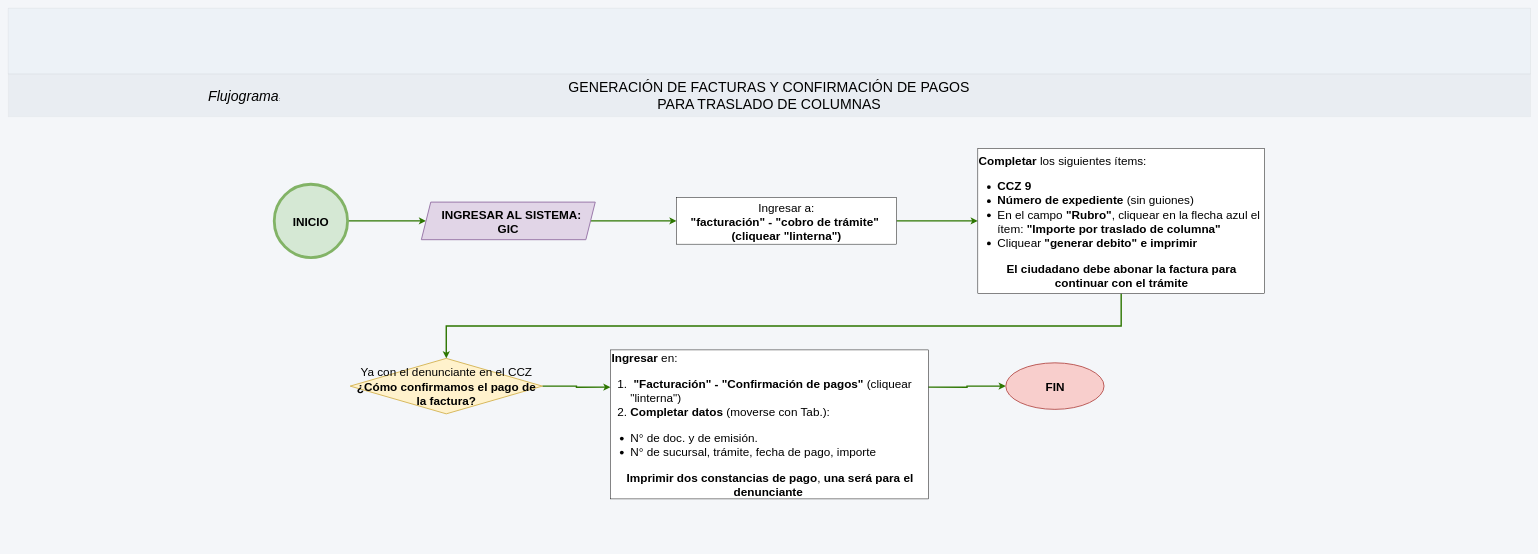
Above: page "Factura por traslado" (5 of 5) of Traslado_de_columnas/Traslado de columnas.drawio in adlc20/Manual_de_procedimientos_ccz9 (draw.io), before the change. Source tidied: cells renumbered, new cells numbered last; positions are measured from the earlier drawing's top-left corner, leaving out a move shared by most shapes. Both pictures are drawn from the tidied source at 47%, with x=0, y=0 at pixel (8, 8).
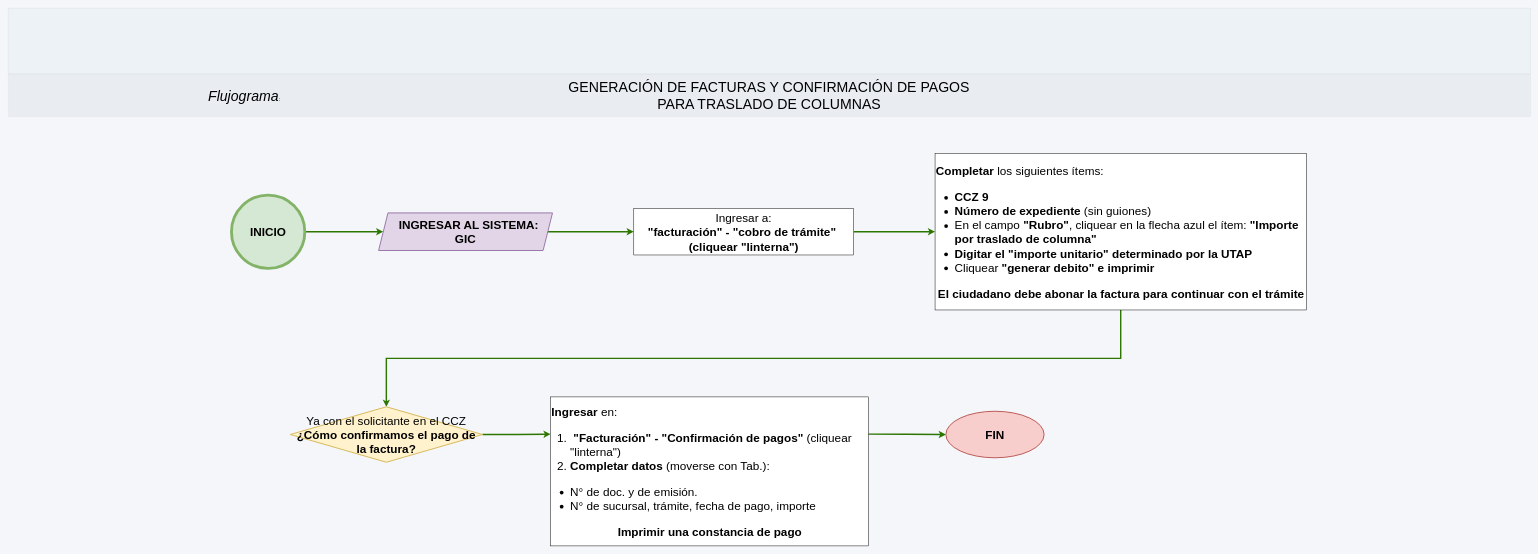
Above is the later version.

The edit, as a diff of the source:
```diff
@@
 <mxGraphModel background="light-dark(#F4F6F9,#121212)">
   <root>
     <mxCell id="0" />
     <mxCell id="1" parent="0" />
     <mxCell id="2" style="verticalLabelPosition=bottom;verticalAlign=middle;html=1;shape=mxgraph.basic.patternFillRect;step=5;fillStrokeWidth=0.2;fillStrokeColor=#dddddd;fillColor=#EDF2F7;strokeWidth=0;dashed=1;dashPattern=1 4;rounded=1;align=center;fontFamily=Helvetica;fontSize=12;fontColor=#2D3748;" parent="1" vertex="1">
       <mxGeometry width="3239" height="140" as="geometry" />
     </mxCell>
     <mxCell id="3" style="verticalLabelPosition=bottom;verticalAlign=top;html=1;shape=mxgraph.basic.patternFillRect;fillStyle=auto;step=5;fillStrokeWidth=0.2;fillStrokeColor=#dddddd;fillColor=#E0E5EB;strokeWidth=0;strokeColor=default;opacity=50;fontColor=#ffffff;shadow=0;comic=0;align=center;fontFamily=Helvetica;fontSize=12;gradientColor=none;" parent="1" vertex="1">
       <mxGeometry y="140" width="3239" height="91" as="geometry" />
     </mxCell>
     <mxCell id="4" value="&lt;span style=&quot;font-size: 30px;&quot;&gt;GENERACIÓN DE FACTURAS Y CONFIRMACIÓN DE PAGOS PARA TRASLADO DE COLUMNAS&lt;/span&gt;" style="text;html=1;whiteSpace=wrap;strokeColor=none;fillColor=none;align=center;verticalAlign=middle;rounded=0;" parent="1" vertex="1">
       <mxGeometry x="1184" y="155.5" width="870" height="60" as="geometry" />
     </mxCell>
     <mxCell id="5" value="&lt;font style=&quot;font-size: 30px;&quot;&gt;&lt;i&gt;Flujograma&lt;/i&gt;&lt;/font&gt;:&amp;nbsp;" style="text;html=1;whiteSpace=wrap;strokeColor=none;fillColor=none;align=center;verticalAlign=middle;rounded=0;" parent="1" vertex="1">
       <mxGeometry x="324" y="170.5" width="360" height="30" as="geometry" />
     </mxCell>
     <mxCell id="6" style="edgeStyle=orthogonalEdgeStyle;rounded=0;jettySize=auto;html=1;exitX=1;exitY=0.5;exitDx=0;exitDy=0;fillColor=#60a917;strokeColor=#2D7600;strokeWidth=3;fontSize=25;" parent="1" edge="1" source="7" target="9">
       <mxGeometry relative="1" as="geometry" />
     </mxCell>
     <mxCell id="7" value="&lt;font&gt;INICIO&lt;/font&gt;" style="ellipse;whiteSpace=wrap;html=1;fillColor=#D5E8D4;strokeWidth=6;strokeColor=#82B366;fontStyle=1;fontSize=25;" parent="1" vertex="1">
-      <mxGeometry x="566" y="374.5" width="156" height="156" as="geometry" />
+      <mxGeometry x="475" y="397.5" width="156" height="156" as="geometry" />
     </mxCell>
     <mxCell id="8" style="edgeStyle=orthogonalEdgeStyle;rounded=0;jettySize=auto;html=1;exitX=1;exitY=0.5;exitDx=0;exitDy=0;fillColor=#60a917;strokeColor=#2D7600;strokeWidth=3;entryX=0;entryY=0.5;entryDx=0;entryDy=0;fontSize=25;" parent="1" edge="1" source="9" target="11">
       <mxGeometry relative="1" as="geometry" />
     </mxCell>
     <mxCell id="9" value="&lt;font&gt;&lt;b&gt;&amp;nbsp; &amp;nbsp;INGRESAR AL SISTEMA:&amp;nbsp;&lt;/b&gt;&lt;/font&gt;&lt;div&gt;&lt;font&gt;&lt;b&gt;GIC&lt;/b&gt;&lt;/font&gt;&lt;/div&gt;" style="shape=parallelogram;perimeter=parallelogramPerimeter;whiteSpace=wrap;html=1;fixedSize=1;fillColor=#e1d5e7;strokeColor=#9673a6;strokeWidth=2;fontSize=25;" parent="1" vertex="1">
-      <mxGeometry x="879" y="412.5" width="370" height="80" as="geometry" />
+      <mxGeometry x="788" y="435.5" width="370" height="80" as="geometry" />
     </mxCell>
     <mxCell id="10" style="edgeStyle=orthogonalEdgeStyle;rounded=0;jettySize=auto;html=1;exitX=1;exitY=0.5;exitDx=0;exitDy=0;fillColor=#60a917;strokeColor=#2D7600;strokeWidth=3;fontSize=25;" parent="1" edge="1" source="11" target="13">
       <mxGeometry relative="1" as="geometry" />
     </mxCell>
     <mxCell id="11" value="&lt;font&gt;Ingresar a:&lt;/font&gt;&lt;div&gt;&lt;font&gt;&lt;b&gt; &quot;facturación&quot; -&lt;/b&gt; &lt;b&gt;&quot;cobro de trámite&quot;&lt;/b&gt;&amp;nbsp;&lt;/font&gt;&lt;/div&gt;&lt;div&gt;&lt;font&gt;&lt;b&gt;(cliquear &quot;linterna&quot;)&lt;/b&gt;&lt;/font&gt;&lt;/div&gt;" style="rounded=0;whiteSpace=wrap;html=1;fontSize=25;" parent="1" vertex="1">
-      <mxGeometry x="1422" y="403" width="468" height="99" as="geometry" />
+      <mxGeometry x="1331" y="426" width="468" height="99" as="geometry" />
     </mxCell>
     <mxCell id="12" style="edgeStyle=orthogonalEdgeStyle;rounded=0;jettySize=auto;html=1;exitX=0.5;exitY=1;exitDx=0;exitDy=0;entryX=0.5;entryY=0;entryDx=0;entryDy=0;fillColor=#60a917;strokeColor=#2D7600;strokeWidth=3;fontSize=25;" parent="1" edge="1" source="13" target="15">
       <mxGeometry relative="1" as="geometry" />
     </mxCell>
-    <mxCell id="13" value="&lt;font&gt;&lt;b&gt;Completar&lt;/b&gt; los siguientes ítems:&lt;/font&gt;&lt;div&gt;&lt;ul&gt;&lt;li&gt;&lt;font&gt;&lt;b&gt;CCZ 9&amp;nbsp;&lt;/b&gt;&lt;/font&gt;&lt;/li&gt;&lt;li&gt;&lt;font&gt;&lt;b&gt;Número de expediente &lt;/b&gt;(sin guiones)&lt;/font&gt;&lt;/li&gt;&lt;li&gt;&lt;font&gt;En el campo&lt;b&gt; &quot;Rubro&quot;&lt;/b&gt;, cliquear en la flecha azul el ítem: &lt;b&gt;&quot;Importe por traslado de columna&quot;&lt;/b&gt;&amp;nbsp;&lt;/font&gt;&lt;/li&gt;&lt;li&gt;&lt;font&gt;Cliquear&lt;b&gt; &quot;generar debito&quot; e imprimir&lt;/b&gt;&lt;/font&gt;&lt;/li&gt;&lt;/ul&gt;&lt;span&gt;&lt;div style=&quot;text-align: center;&quot;&gt;&lt;b style=&quot;background-color: transparent; color: light-dark(rgb(0, 0, 0), rgb(255, 255, 255));&quot;&gt;El ciudadano debe abonar la factura para continuar con el trámite&lt;/b&gt;&lt;/div&gt;&lt;/span&gt;&lt;/div&gt;" style="rounded=0;whiteSpace=wrap;html=1;align=left;fontSize=25;" parent="1" vertex="1">
-      <mxGeometry x="2063" y="298" width="610" height="309" as="geometry" />
+    <mxCell id="13" value="&lt;font&gt;&lt;b&gt;Completar&lt;/b&gt; los siguientes ítems:&lt;/font&gt;&lt;div&gt;&lt;ul&gt;&lt;li&gt;&lt;font&gt;&lt;b&gt;CCZ 9&amp;nbsp;&lt;/b&gt;&lt;/font&gt;&lt;/li&gt;&lt;li&gt;&lt;font&gt;&lt;b&gt;Número de expediente &lt;/b&gt;(sin guiones)&lt;/font&gt;&lt;/li&gt;&lt;li&gt;&lt;font&gt;En el campo&lt;b&gt; &quot;Rubro&quot;&lt;/b&gt;, cliquear en la flecha azul el ítem: &lt;b&gt;&quot;Importe por traslado de columna&quot;&lt;/b&gt;&amp;nbsp;&lt;/font&gt;&lt;/li&gt;&lt;li&gt;&lt;font&gt;&lt;b&gt;Digitar el &quot;importe unitario&quot;&lt;/b&gt; &lt;b&gt;determinado por la UTAP&lt;/b&gt;&lt;/font&gt;&lt;/li&gt;&lt;li&gt;&lt;font&gt;Cliquear&lt;b&gt; &quot;generar debito&quot; e imprimir&lt;/b&gt;&lt;/font&gt;&lt;/li&gt;&lt;/ul&gt;&lt;span&gt;&lt;div style=&quot;text-align: center;&quot;&gt;&lt;b style=&quot;background-color: transparent; color: light-dark(rgb(0, 0, 0), rgb(255, 255, 255));&quot;&gt;El ciudadano debe abonar la factura para continuar con el trámite&lt;/b&gt;&lt;/div&gt;&lt;/span&gt;&lt;/div&gt;" style="rounded=0;whiteSpace=wrap;html=1;align=left;fontSize=25;" parent="1" vertex="1">
+      <mxGeometry x="1972" y="309" width="790" height="333" as="geometry" />
     </mxCell>
     <mxCell id="14" style="edgeStyle=orthogonalEdgeStyle;rounded=0;jettySize=auto;html=1;exitX=1;exitY=0.5;exitDx=0;exitDy=0;entryX=0;entryY=0.25;entryDx=0;entryDy=0;fillColor=#60a917;strokeColor=#2D7600;strokeWidth=3;fontSize=25;" parent="1" edge="1" source="15" target="17">
       <mxGeometry relative="1" as="geometry" />
     </mxCell>
-    <mxCell id="15" value="&lt;span&gt;Ya con el denunciante en el CCZ&lt;/span&gt;&lt;div&gt;&lt;span&gt;&lt;b&gt;¿Cómo confirmamos el pago de la factura?&lt;/b&gt;&lt;/span&gt;&lt;/div&gt;" style="rhombus;whiteSpace=wrap;html=1;fillColor=#fff2cc;strokeColor=#d6b656;strokeWidth=2;fontSize=25;" parent="1" vertex="1">
-      <mxGeometry x="727.5" y="745" width="409" height="118" as="geometry" />
+    <mxCell id="15" value="&lt;span&gt;Ya con el solicitante en el CCZ&lt;/span&gt;&lt;div&gt;&lt;span&gt;&lt;b&gt;¿Cómo confirmamos el pago de la factura?&lt;/b&gt;&lt;/span&gt;&lt;/div&gt;" style="rhombus;whiteSpace=wrap;html=1;fillColor=#fff2cc;strokeColor=#d6b656;strokeWidth=2;fontSize=25;" parent="1" vertex="1">
+      <mxGeometry x="600" y="848" width="409" height="118" as="geometry" />
     </mxCell>
     <mxCell id="16" style="edgeStyle=orthogonalEdgeStyle;rounded=0;jettySize=auto;html=1;exitX=1;exitY=0.25;exitDx=0;exitDy=0;entryX=0;entryY=0.5;entryDx=0;entryDy=0;fillColor=#60a917;strokeColor=#2D7600;strokeWidth=3;fontSize=25;" parent="1" edge="1" source="17" target="18">
       <mxGeometry relative="1" as="geometry" />
     </mxCell>
-    <mxCell id="17" value="&lt;span&gt;&lt;b&gt;Ingresar&lt;/b&gt; en:&lt;/span&gt;&lt;div&gt;&lt;ol&gt;&lt;li&gt;&lt;span&gt;&lt;b&gt;&amp;nbsp;&quot;Facturación&quot; - &quot;Confirmación de pagos&quot;&lt;/b&gt; (cliquear &quot;linterna&quot;)&lt;/span&gt;&lt;/li&gt;&lt;li&gt;&lt;span&gt;&lt;font style=&quot;color: rgb(0, 0, 0);&quot;&gt;&lt;b&gt;Completar datos&lt;/b&gt; (moverse con Tab.):&amp;nbsp;&lt;/font&gt;&lt;font style=&quot;color: rgb(255, 0, 0);&quot;&gt;&amp;nbsp;&lt;/font&gt;&lt;/span&gt;&lt;/li&gt;&lt;/ol&gt;&lt;ul&gt;&lt;li&gt;&lt;span style=&quot;color: light-dark(rgb(0, 0, 0), rgb(237, 237, 237)); background-color: transparent;&quot;&gt;N° de doc. y de emisión.&lt;/span&gt;&lt;/li&gt;&lt;li&gt;&lt;span style=&quot;color: light-dark(rgb(0, 0, 0), rgb(237, 237, 237)); background-color: transparent;&quot;&gt;N° de sucursal, trámite, fecha de pago, importe&amp;nbsp;&lt;/span&gt;&lt;/li&gt;&lt;/ul&gt;&lt;b style=&quot;background-color: transparent; color: light-dark(rgb(0, 0, 0), rgb(255, 255, 255));&quot;&gt;&lt;div style=&quot;text-align: center;&quot;&gt;&lt;b style=&quot;background-color: transparent; color: light-dark(rgb(0, 0, 0), rgb(255, 255, 255));&quot;&gt;Imprimir dos constancias de pago&lt;/b&gt;&lt;span style=&quot;background-color: transparent; color: light-dark(rgb(0, 0, 0), rgb(255, 255, 255)); font-weight: normal;&quot;&gt;, &lt;/span&gt;&lt;b style=&quot;background-color: transparent; color: light-dark(rgb(0, 0, 0), rgb(255, 255, 255));&quot;&gt;una será para el denunciante&lt;/b&gt;&lt;span style=&quot;background-color: transparent; color: light-dark(rgb(0, 0, 0), rgb(255, 255, 255)); font-weight: normal;&quot;&gt;&amp;nbsp;&lt;/span&gt;&lt;/div&gt;&lt;/b&gt;&lt;/div&gt;" style="rounded=0;whiteSpace=wrap;html=1;align=left;fontSize=25;" parent="1" vertex="1">
-      <mxGeometry x="1281.5" y="727" width="676" height="317" as="geometry" />
+    <mxCell id="17" value="&lt;span&gt;&lt;b&gt;Ingresar&lt;/b&gt; en:&lt;/span&gt;&lt;div&gt;&lt;ol&gt;&lt;li&gt;&lt;span&gt;&lt;b&gt;&amp;nbsp;&quot;Facturación&quot; - &quot;Confirmación de pagos&quot;&lt;/b&gt; (cliquear &quot;linterna&quot;)&lt;/span&gt;&lt;/li&gt;&lt;li&gt;&lt;span&gt;&lt;font style=&quot;color: rgb(0, 0, 0);&quot;&gt;&lt;b&gt;Completar datos&lt;/b&gt; (moverse con Tab.):&amp;nbsp;&lt;/font&gt;&lt;font style=&quot;color: rgb(255, 0, 0);&quot;&gt;&amp;nbsp;&lt;/font&gt;&lt;/span&gt;&lt;/li&gt;&lt;/ol&gt;&lt;ul&gt;&lt;li&gt;&lt;span style=&quot;color: light-dark(rgb(0, 0, 0), rgb(237, 237, 237)); background-color: transparent;&quot;&gt;N° de doc. y de emisión.&lt;/span&gt;&lt;/li&gt;&lt;li&gt;&lt;span style=&quot;color: light-dark(rgb(0, 0, 0), rgb(237, 237, 237)); background-color: transparent;&quot;&gt;N° de sucursal, trámite, fecha de pago, importe&amp;nbsp;&lt;/span&gt;&lt;/li&gt;&lt;/ul&gt;&lt;b style=&quot;background-color: transparent; color: light-dark(rgb(0, 0, 0), rgb(255, 255, 255));&quot;&gt;&lt;div style=&quot;text-align: center;&quot;&gt;&lt;b style=&quot;background-color: transparent; color: light-dark(rgb(0, 0, 0), rgb(255, 255, 255));&quot;&gt;Imprimir una constancia de pago&lt;/b&gt;&lt;/div&gt;&lt;/b&gt;&lt;/div&gt;" style="rounded=0;whiteSpace=wrap;html=1;align=left;fontSize=25;" parent="1" vertex="1">
+      <mxGeometry x="1154" y="827" width="676" height="317" as="geometry" />
     </mxCell>
     <mxCell id="18" value="&lt;font&gt;&lt;b&gt;FIN&lt;/b&gt;&lt;/font&gt;" style="ellipse;whiteSpace=wrap;html=1;fillColor=#f8cecc;strokeColor=#b85450;strokeWidth=2;fontSize=25;" parent="1" vertex="1">
-      <mxGeometry x="2122.5" y="754.5" width="209" height="99" as="geometry" />
+      <mxGeometry x="1995" y="857.5" width="209" height="99" as="geometry" />
     </mxCell>
   </root>
 </mxGraphModel>
```
